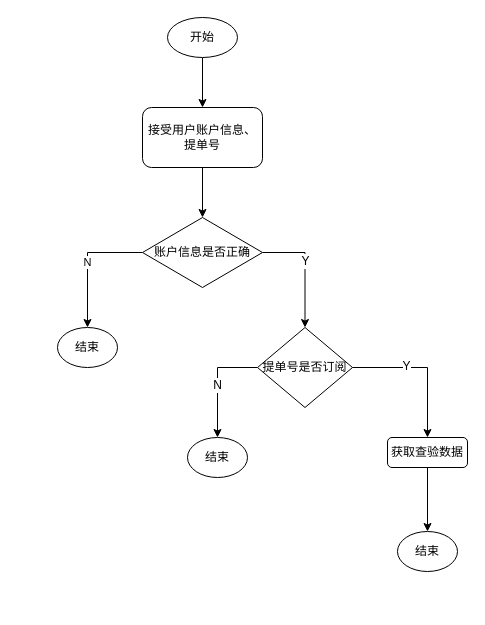
This is port-manager/日一新查验接口.drawio from caixuecheng/track-drawio, a draw.io file, before an edit. Source tidied: cells renumbered, new cells numbered last; positions are measured from the earlier drawing's top-left corner, leaving out a move shared by most shapes. Both pictures are drawn from the tidied source at 100%, with x=0, y=0 at pixel (57, 17).
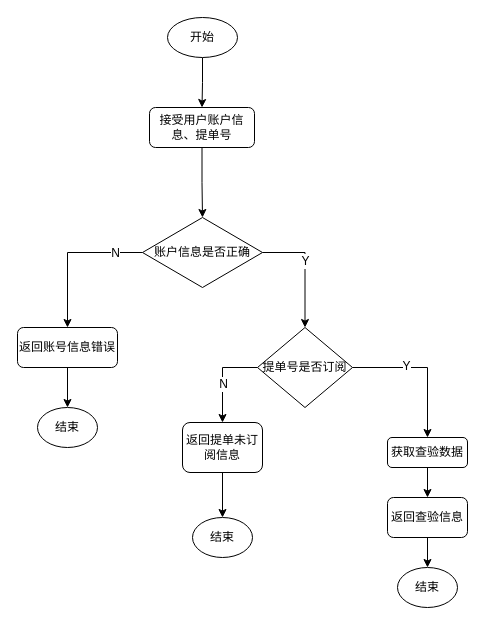
After the change.

Commit message (it also covers changes not shown here):
更新日一新查验接口.drawio

Unchanged cells that the change refers to:
```xml
<mxCell id="9" value="账户信息是否正确" style="rhombus;whiteSpace=wrap;html=1;" parent="1" vertex="1">
  <mxGeometry x="85" y="200" width="120" height="70" as="geometry" />
</mxCell>
<mxCell id="15" value="提单号是否订阅" style="rhombus;whiteSpace=wrap;html=1;" parent="1" vertex="1">
  <mxGeometry x="200" y="310" width="95" height="80" as="geometry" />
</mxCell>
<mxCell id="18" value="获取查验数据" style="rounded=1;whiteSpace=wrap;html=1;" parent="1" vertex="1">
  <mxGeometry x="330" y="420" width="80" height="30" as="geometry" />
</mxCell>
```

Change to the diagram source:
```diff
@@
     <mxCell id="5" value="接受用户账户信息、提单号" style="rounded=1;whiteSpace=wrap;html=1;" parent="1" vertex="1">
-      <mxGeometry x="85" y="90" width="120" height="60" as="geometry" />
+      <mxGeometry x="92" y="90" width="105" height="40" as="geometry" />
     </mxCell>
-    <mxCell id="6" value="N" style="edgeStyle=orthogonalEdgeStyle;rounded=0;jettySize=auto;html=1;exitX=0;exitY=0.5;exitDx=0;exitDy=0;entryX=0.5;entryY=0;entryDx=0;entryDy=0;" parent="1" edge="1" source="9" target="10">
-      <mxGeometry relative="1" as="geometry" />
-    </mxCell>
@@
+    <mxCell id="20" style="edgeStyle=orthogonalEdgeStyle;rounded=0;jettySize=auto;html=1;exitX=0;exitY=0.5;exitDx=0;exitDy=0;entryX=0.5;entryY=0;entryDx=0;entryDy=0;" parent="1" edge="1" source="9" target="26">
+      <mxGeometry relative="1" as="geometry" />
+    </mxCell>
+    <mxCell id="21" value="N" style="text;html=1;align=center;verticalAlign=middle;labelBackgroundColor=#ffffff;" parent="20" vertex="1">
+      <mxGeometry x="-0.63" relative="1" as="geometry" />
+    </mxCell>
@@
-    <mxCell id="10" value="结束" style="ellipse;whiteSpace=wrap;html=1;" parent="1" vertex="1">
-      <mxGeometry y="310" width="60" height="40" as="geometry" />
-    </mxCell>
-    <mxCell id="11" style="edgeStyle=orthogonalEdgeStyle;rounded=0;jettySize=auto;html=1;exitX=0;exitY=0.5;exitDx=0;exitDy=0;entryX=0.5;entryY=0;entryDx=0;entryDy=0;" parent="1" edge="1" source="15" target="16">
-      <mxGeometry relative="1" as="geometry" />
-    </mxCell>
-    <mxCell id="12" value="N" style="text;html=1;align=center;verticalAlign=middle;labelBackgroundColor=#ffffff;" parent="11" vertex="1">
-      <mxGeometry x="-0.27" y="17" relative="1" as="geometry">
-        <mxPoint x="-18" y="17" as="offset" />
-      </mxGeometry>
-    </mxCell>
@@
+    <mxCell id="22" style="edgeStyle=orthogonalEdgeStyle;rounded=0;jettySize=auto;html=1;exitX=0;exitY=0.5;exitDx=0;exitDy=0;entryX=0.5;entryY=0;entryDx=0;entryDy=0;" parent="1" edge="1" source="15" target="28">
+      <mxGeometry relative="1" as="geometry" />
+    </mxCell>
+    <mxCell id="23" value="N" style="text;html=1;align=center;verticalAlign=middle;labelBackgroundColor=#ffffff;" parent="22" vertex="1">
+      <mxGeometry x="-0.22" y="16" relative="1" as="geometry">
+        <mxPoint x="-16" y="16" as="offset" />
+      </mxGeometry>
+    </mxCell>
@@
     <mxCell id="16" value="结束" style="ellipse;whiteSpace=wrap;html=1;" parent="1" vertex="1">
-      <mxGeometry x="130" y="420" width="60" height="40" as="geometry" />
+      <mxGeometry x="135" y="500" width="60" height="40" as="geometry" />
     </mxCell>
-    <mxCell id="17" style="edgeStyle=orthogonalEdgeStyle;rounded=0;jettySize=auto;html=1;exitX=0.5;exitY=1;exitDx=0;exitDy=0;" parent="1" edge="1" source="18" target="19">
-      <mxGeometry relative="1" as="geometry" />
-    </mxCell>
+    <mxCell id="24" style="edgeStyle=orthogonalEdgeStyle;rounded=0;jettySize=auto;html=1;exitX=0.5;exitY=1;exitDx=0;exitDy=0;entryX=0.5;entryY=0;entryDx=0;entryDy=0;" parent="1" edge="1" source="18" target="30">
+      <mxGeometry relative="1" as="geometry" />
+    </mxCell>
@@
     <mxCell id="19" value="结束" style="ellipse;whiteSpace=wrap;html=1;" parent="1" vertex="1">
-      <mxGeometry x="340" y="514" width="60" height="40" as="geometry" />
+      <mxGeometry x="340" y="550" width="60" height="40" as="geometry" />
     </mxCell>
+    <mxCell id="25" style="edgeStyle=orthogonalEdgeStyle;rounded=0;jettySize=auto;html=1;exitX=0.5;exitY=1;exitDx=0;exitDy=0;entryX=0.5;entryY=0;entryDx=0;entryDy=0;" parent="1" edge="1" source="26" target="10">
+      <mxGeometry relative="1" as="geometry" />
+    </mxCell>
+    <mxCell id="26" value="返回账号信息错误" style="rounded=1;whiteSpace=wrap;html=1;" parent="1" vertex="1">
+      <mxGeometry x="-40" y="310" width="100" height="40" as="geometry" />
+    </mxCell>
+    <mxCell id="10" value="结束" style="ellipse;whiteSpace=wrap;html=1;" parent="1" vertex="1">
+      <mxGeometry x="-20" y="390" width="60" height="40" as="geometry" />
+    </mxCell>
+    <mxCell id="27" style="edgeStyle=orthogonalEdgeStyle;rounded=0;jettySize=auto;html=1;exitX=0.5;exitY=1;exitDx=0;exitDy=0;entryX=0.5;entryY=0;entryDx=0;entryDy=0;" parent="1" edge="1" source="28" target="16">
+      <mxGeometry relative="1" as="geometry" />
+    </mxCell>
+    <mxCell id="28" value="返回提单未订阅信息" style="rounded=1;whiteSpace=wrap;html=1;" parent="1" vertex="1">
+      <mxGeometry x="125" y="405" width="80" height="50" as="geometry" />
+    </mxCell>
+    <mxCell id="29" style="edgeStyle=orthogonalEdgeStyle;rounded=0;jettySize=auto;html=1;exitX=0.5;exitY=1;exitDx=0;exitDy=0;entryX=0.5;entryY=0;entryDx=0;entryDy=0;" parent="1" edge="1" source="30" target="19">
+      <mxGeometry relative="1" as="geometry" />
+    </mxCell>
+    <mxCell id="30" value="返回查验信息" style="rounded=1;whiteSpace=wrap;html=1;" parent="1" vertex="1">
+      <mxGeometry x="330" y="480" width="80" height="40" as="geometry" />
+    </mxCell>
```
